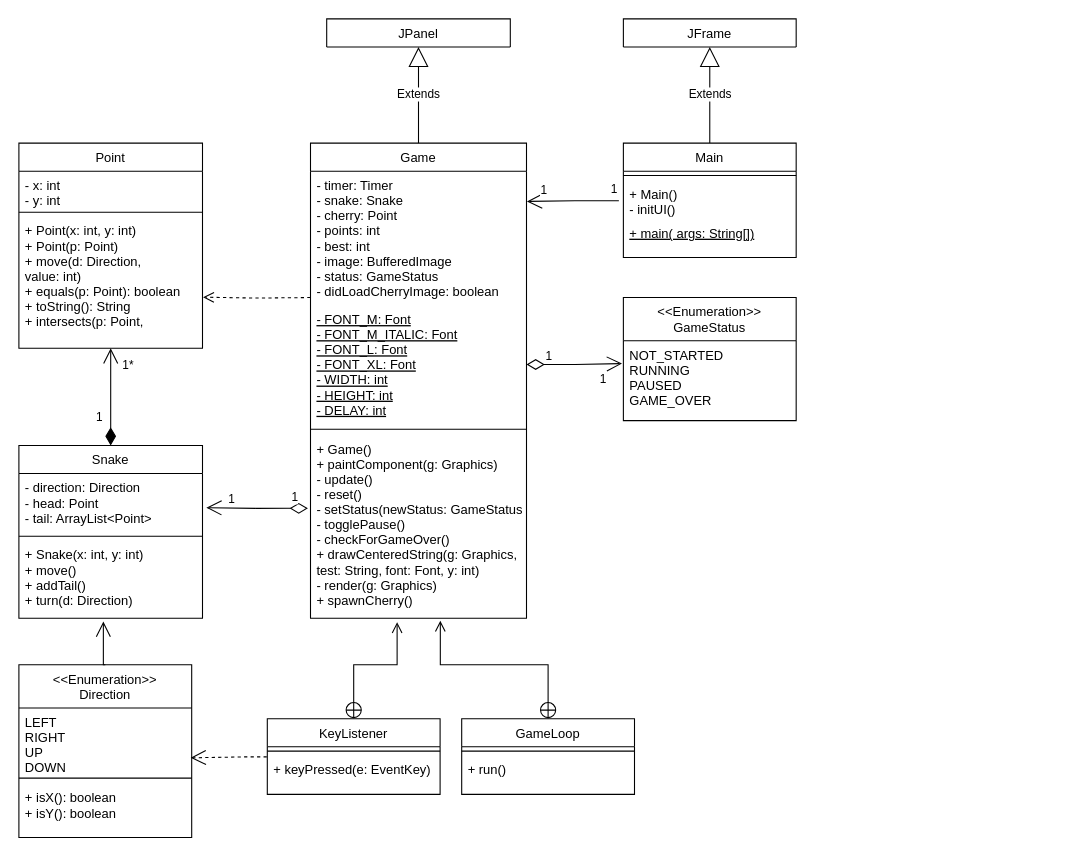
The draw.io diagram SnakeClassDiagram.drawio in CIS3296SoftwareDesignF21/prj-04-the-snake-game, before the edit. Source tidied: cells renumbered, new cells numbered last; positions are measured from the earlier drawing's top-left corner, leaving out a move shared by most shapes. Both pictures are drawn from the tidied source at 108%, with x=0, y=0 at pixel (18, 18).
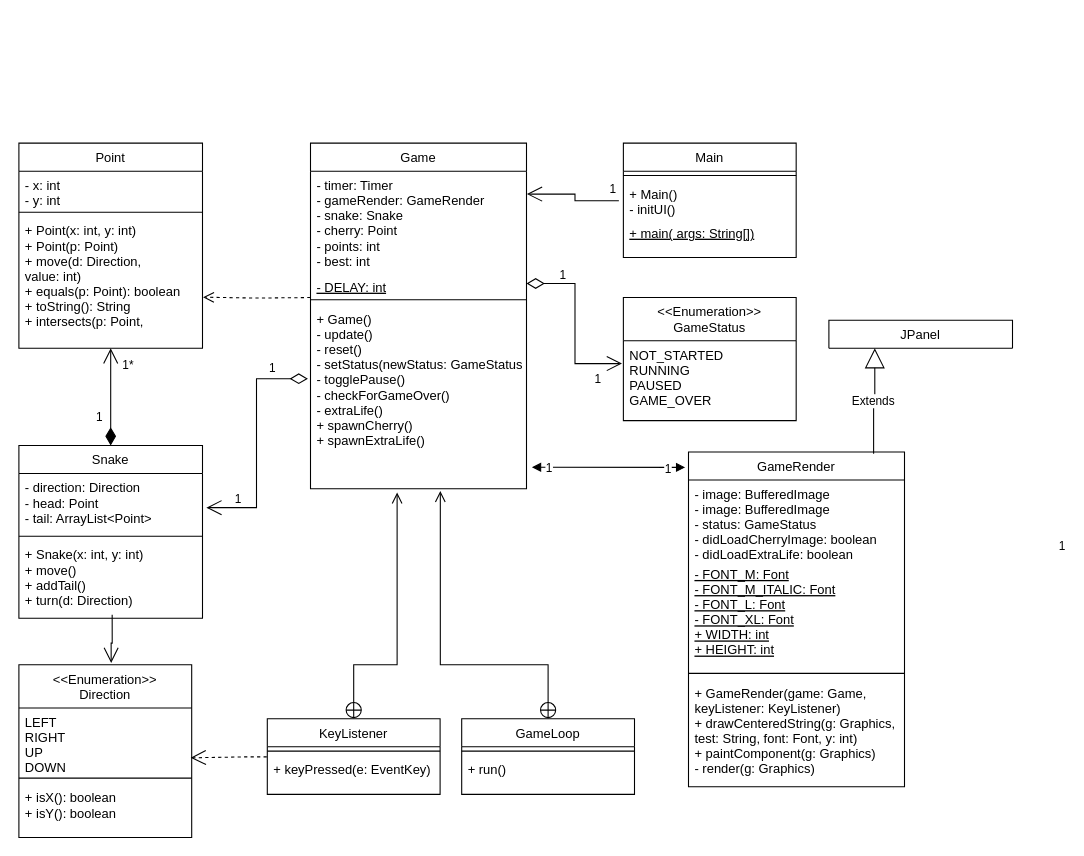
After the change.

Commit message (it also covers changes not shown here):
Update Class diagram

The change refers to these unchanged cells:
```xml
<mxCell id="5" value="+ Snake(x: int, y: int)&#10;+ move()&#10;+ addTail()&#10;+ turn(d: Direction)" style="text;align=left;verticalAlign=top;spacingLeft=4;spacingRight=4;overflow=hidden;points=[[0,0.5],[1,0.5]];portConstraint=eastwest;" parent="2" vertex="1">
  <mxGeometry y="88" width="170" height="72" as="geometry" />
</mxCell>
<mxCell id="16" value="Main" style="swimlane;fontStyle=0;align=center;verticalAlign=top;horizontal=1;startSize=26;rounded=0;shadow=0;strokeWidth=1;" parent="1" vertex="1">
  <mxGeometry x="559.7" y="115" width="160" height="106" as="geometry" />
</mxCell>
<mxCell id="37" value="&lt;&lt;Enumeration&gt;&gt; &#10;Direction" style="swimlane;fontStyle=0;align=center;verticalAlign=top;horizontal=1;startSize=40;rounded=0;shadow=0;strokeWidth=1;" parent="1" vertex="1">
  <mxGeometry y="598" width="160" height="160" as="geometry" />
</mxCell>
<mxCell id="41" style="endArrow=open;endFill=1;endSize=12;html=1;rounded=0;edgeStyle=orthogonalEdgeStyle;entryX=1.002;entryY=0.226;entryDx=0;entryDy=0;entryPerimeter=0;exitX=-0.026;exitY=0.54;exitDx=0;exitDy=0;exitPerimeter=0;" parent="1" edge="1" source="18" target="21">
  <mxGeometry relative="1" as="geometry" />
</mxCell>
```

Change to the diagram source:
```diff
@@
-    <mxCell id="14" value="JFrame" style="swimlane;fontStyle=0;align=center;verticalAlign=top;horizontal=1;startSize=26;rounded=0;shadow=0;strokeWidth=1;" parent="1" vertex="1" collapsed="1">
-      <mxGeometry x="559.7" width="160" height="26" as="geometry" />
-    </mxCell>
     <mxCell id="15" value="JPanel" style="swimlane;fontStyle=0;align=center;verticalAlign=top;horizontal=1;startSize=26;rounded=0;shadow=0;strokeWidth=1;" parent="1" vertex="1" collapsed="1">
-      <mxGeometry x="285" width="170" height="26" as="geometry" />
+      <mxGeometry x="750" y="279" width="170" height="26" as="geometry" />
     </mxCell>
@@
     <mxCell id="20" value="Game" style="swimlane;fontStyle=0;align=center;verticalAlign=top;horizontal=1;startSize=26;rounded=0;shadow=0;strokeWidth=1;" parent="1" vertex="1">
-      <mxGeometry x="270" y="115" width="200" height="440" as="geometry" />
+      <mxGeometry x="270" y="115" width="200" height="320" as="geometry" />
     </mxCell>
-    <mxCell id="21" value="- timer: Timer&#10;- snake: Snake&#10;- cherry: Point&#10;- points: int&#10;- best: int&#10;- image: BufferedImage&#10;- status: GameStatus&#10;- didLoadCherryImage: boolean&#10;" style="text;align=left;verticalAlign=top;spacingLeft=4;spacingRight=4;overflow=hidden;points=[[0,0.5],[1,0.5]];portConstraint=eastwest;" parent="20" vertex="1">
-      <mxGeometry y="26" width="200" height="124" as="geometry" />
+    <mxCell id="21" value="- timer: Timer&#10;- gameRender: GameRender&#10;- snake: Snake&#10;- cherry: Point&#10;- points: int&#10;- best: int" style="text;align=left;verticalAlign=top;spacingLeft=4;spacingRight=4;overflow=hidden;points=[[0,0.5],[1,0.5]];portConstraint=eastwest;" parent="20" vertex="1">
+      <mxGeometry y="26" width="200" height="94" as="geometry" />
     </mxCell>
-    <mxCell id="22" value="- FONT_M: Font&#10;- FONT_M_ITALIC: Font&#10;- FONT_L: Font&#10;- FONT_XL: Font&#10;- WIDTH: int&#10;- HEIGHT: int&#10;- DELAY: int&#10;" style="text;align=left;verticalAlign=top;spacingLeft=4;spacingRight=4;overflow=hidden;points=[[0,0.5],[1,0.5]];portConstraint=eastwest;fontStyle=4;" parent="20" vertex="1">
-      <mxGeometry y="150" width="200" height="110" as="geometry" />
+    <mxCell id="22" value="- DELAY: int&#10;" style="text;align=left;verticalAlign=top;spacingLeft=4;spacingRight=4;overflow=hidden;points=[[0,0.5],[1,0.5]];portConstraint=eastwest;fontStyle=4;" parent="20" vertex="1">
+      <mxGeometry y="120" width="200" height="20" as="geometry" />
     </mxCell>
     <mxCell id="23" style="line;html=1;strokeWidth=1;align=left;verticalAlign=middle;spacingTop=-1;spacingLeft=3;spacingRight=3;labelPosition=right;" parent="20" vertex="1">
-      <mxGeometry y="260" width="200" height="10" as="geometry" />
+      <mxGeometry y="140" width="200" height="10" as="geometry" />
     </mxCell>
-    <mxCell id="24" value="+ Game()&#10;+ paintComponent(g: Graphics)&#10;- update()&#10;- reset()&#10;- setStatus(newStatus: GameStatus)&#10;- togglePause()&#10;- checkForGameOver()&#10;+ drawCenteredString(g: Graphics, &#10;test: String, font: Font, y: int)&#10;- render(g: Graphics)&#10;+ spawnCherry()&#10;&#10;" style="text;strokeColor=none;fillColor=none;align=left;verticalAlign=top;spacingLeft=4;spacingRight=4;overflow=hidden;points=[[0,0.5],[1,0.5]];portConstraint=eastwest;" parent="20" vertex="1">
-      <mxGeometry y="270" width="200" height="170" as="geometry" />
+    <mxCell id="24" value="+ Game()&#10;- update()&#10;- reset()&#10;- setStatus(newStatus: GameStatus)&#10;- togglePause()&#10;- checkForGameOver()&#10;- extraLife()&#10;+ spawnCherry()&#10;+ spawnExtraLife()&#10;&#10;" style="text;strokeColor=none;fillColor=none;align=left;verticalAlign=top;spacingLeft=4;spacingRight=4;overflow=hidden;points=[[0,0.5],[1,0.5]];portConstraint=eastwest;" parent="20" vertex="1">
+      <mxGeometry y="150" width="200" height="170" as="geometry" />
     </mxCell>
@@
-    <mxCell id="31" value="Extends" style="endArrow=block;endSize=16;endFill=0;html=1;rounded=0;edgeStyle=orthogonalEdgeStyle;exitX=0.5;exitY=0;exitDx=0;exitDy=0;entryX=0.5;entryY=1;entryDx=0;entryDy=0;" parent="1" edge="1" source="20" target="15">
-      <mxGeometry relative="1" as="geometry" />
-    </mxCell>
-    <mxCell id="32" value="Extends" style="endArrow=block;endSize=16;endFill=0;html=1;rounded=0;edgeStyle=orthogonalEdgeStyle;exitX=0.5;exitY=0;exitDx=0;exitDy=0;entryX=0.5;entryY=1;entryDx=0;entryDy=0;" parent="1" edge="1" source="16" target="14">
-      <mxGeometry relative="1" as="geometry" />
-    </mxCell>
@@
     <mxCell id="42" value="1" style="edgeLabel;html=1;align=center;verticalAlign=middle;" parent="41" vertex="1">
       <mxGeometry x="0.87" y="1" relative="1" as="geometry">
-        <mxPoint x="9" y="-12" as="offset" />
+        <mxPoint x="489" y="324" as="offset" />
       </mxGeometry>
     </mxCell>
@@
-    <mxCell id="46" style="endArrow=open;endFill=1;endSize=12;html=1;rounded=0;edgeStyle=orthogonalEdgeStyle;exitX=0.5;exitY=0;exitDx=0;exitDy=0;entryX=0.46;entryY=1.042;entryDx=0;entryDy=0;entryPerimeter=0;" parent="1" edge="1" source="37" target="5">
-      <mxGeometry relative="1" as="geometry">
-        <Array as="points">
-          <mxPoint x="78" y="598" />
-        </Array>
-      </mxGeometry>
-    </mxCell>
@@
+    <mxCell id="49" value="GameRender" style="swimlane;fontStyle=0;align=center;verticalAlign=top;horizontal=1;startSize=26;rounded=0;shadow=0;strokeWidth=1;" parent="1" vertex="1">
+      <mxGeometry x="620" y="401" width="200" height="310" as="geometry" />
+    </mxCell>
+    <mxCell id="50" value="- image: BufferedImage&#10;- image: BufferedImage&#10;- status: GameStatus&#10;- didLoadCherryImage: boolean&#10;- didLoadExtraLife: boolean&#10;" style="text;align=left;verticalAlign=top;spacingLeft=4;spacingRight=4;overflow=hidden;" parent="49" vertex="1">
+      <mxGeometry y="26" width="200" height="74" as="geometry" />
+    </mxCell>
+    <mxCell id="51" value="- FONT_M: Font&#10;- FONT_M_ITALIC: Font&#10;- FONT_L: Font&#10;- FONT_XL: Font&#10;+ WIDTH: int&#10;+ HEIGHT: int" style="text;align=left;verticalAlign=top;spacingLeft=4;spacingRight=4;overflow=hidden;fontStyle=4;" parent="49" vertex="1">
+      <mxGeometry y="100" width="200" height="100" as="geometry" />
+    </mxCell>
+    <mxCell id="52" style="line;html=1;strokeWidth=1;align=left;verticalAlign=middle;spacingTop=-1;spacingLeft=3;spacingRight=3;labelPosition=right;" parent="49" vertex="1">
+      <mxGeometry y="200" width="200" height="10" as="geometry" />
+    </mxCell>
+    <mxCell id="53" value="+ GameRender(game: Game, &#10;keyListener: KeyListener)&#10;+ drawCenteredString(g: Graphics, &#10;test: String, font: Font, y: int)&#10;+ paintComponent(g: Graphics)&#10;- render(g: Graphics)&#10;" style="text;strokeColor=none;fillColor=none;align=left;verticalAlign=top;spacingLeft=4;spacingRight=4;overflow=hidden;" parent="49" vertex="1">
+      <mxGeometry y="210" width="200" height="90" as="geometry" />
+    </mxCell>
+    <mxCell id="54" style="endArrow=block;startArrow=block;endFill=1;startFill=1;html=1;rounded=0;exitX=1.025;exitY=0.883;exitDx=0;exitDy=0;exitPerimeter=0;entryX=-0.015;entryY=0.046;entryDx=0;entryDy=0;entryPerimeter=0;" parent="1" edge="1" source="24" target="49">
+      <mxGeometry relative="1" as="geometry" />
+    </mxCell>
+    <mxCell id="55" value="1" style="edgeLabel;html=1;align=center;verticalAlign=middle;" parent="54" vertex="1">
+      <mxGeometry x="-0.78" relative="1" as="geometry" />
+    </mxCell>
+    <mxCell id="56" value="1" style="edgeLabel;html=1;align=center;verticalAlign=middle;" parent="54" vertex="1">
+      <mxGeometry x="0.78" y="-1" relative="1" as="geometry" />
+    </mxCell>
+    <mxCell id="57" style="endArrow=open;endFill=1;endSize=12;html=1;rounded=0;edgeStyle=orthogonalEdgeStyle;exitX=0.508;exitY=0.954;exitDx=0;exitDy=0;entryX=0.534;entryY=-0.01;entryDx=0;entryDy=0;entryPerimeter=0;exitPerimeter=0;" parent="1" edge="1" source="5" target="37">
+      <mxGeometry relative="1" as="geometry">
+        <Array as="points">
+          <mxPoint x="86" y="578" />
+          <mxPoint x="85" y="578" />
+        </Array>
+      </mxGeometry>
+    </mxCell>
+    <mxCell id="58" value="Extends" style="endArrow=block;endSize=16;endFill=0;html=1;rounded=0;edgeStyle=orthogonalEdgeStyle;exitX=0.857;exitY=0.005;exitDx=0;exitDy=0;entryX=0.25;entryY=1;entryDx=0;entryDy=0;exitPerimeter=0;" parent="1" edge="1" source="49" target="15">
+      <mxGeometry relative="1" as="geometry" />
+    </mxCell>
```
